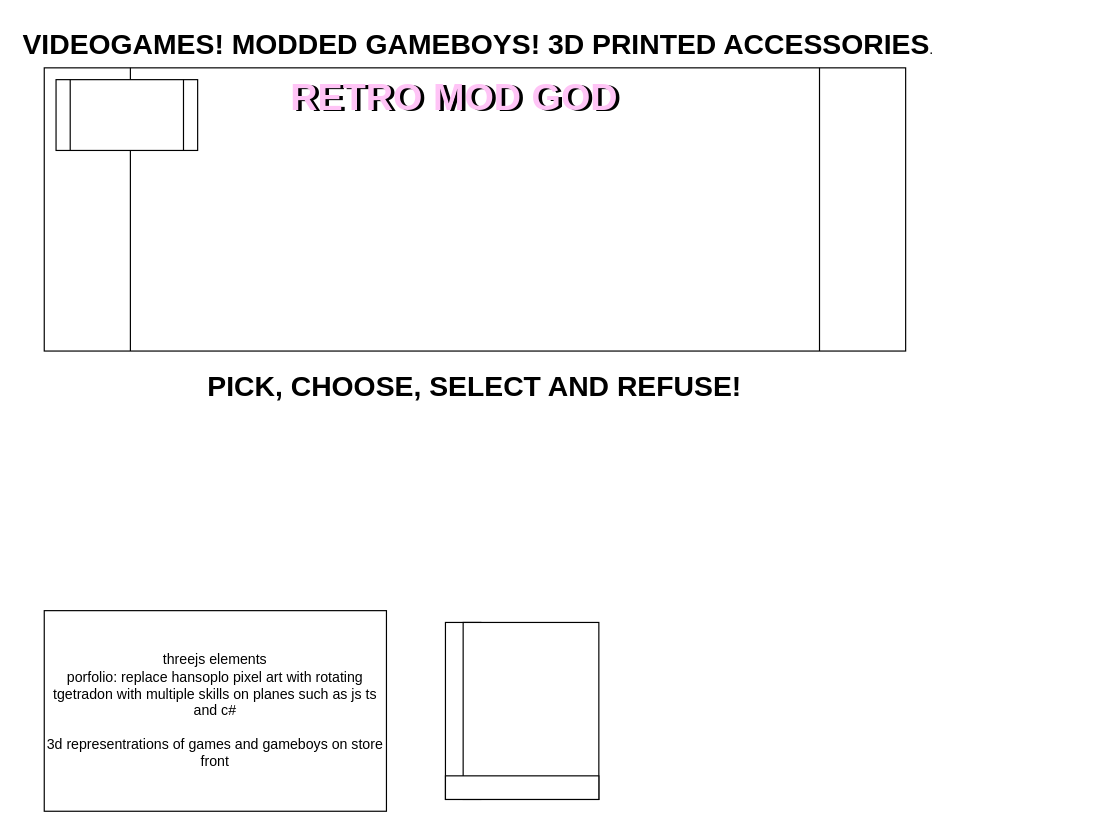
Earlier version of the draw.io diagram Etsy_Storefront.drawio (rafalaidlaw/flowcharts). Source tidied: cells renumbered, new cells numbered last; positions are measured from the earlier drawing's top-left corner, leaving out a move shared by most shapes. Both pictures are drawn from the tidied source at 118%, with x=0, y=0 at pixel (20, 20).
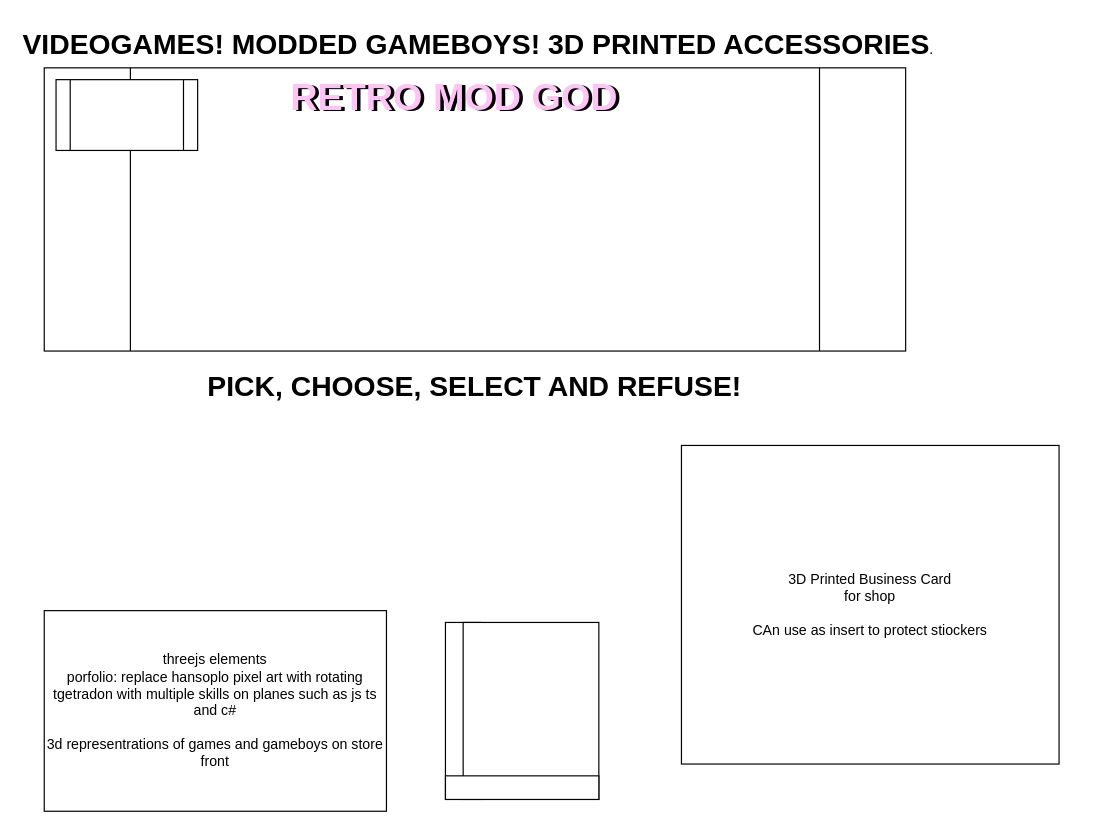
The same diagram, later.

What changed in the source:
```diff
@@
 <mxGraphModel>
   <root>
     <mxCell id="0" />
     <mxCell id="1" parent="0" />
     <mxCell id="2" style="shape=process;whiteSpace=wrap;html=1;backgroundOutline=1;" parent="1" vertex="1">
       <mxGeometry x="20" y="40" width="730" height="240" as="geometry" />
     </mxCell>
     <mxCell id="3" value="&lt;h1 style=&quot;text-align: center; margin-top: 0px;&quot;&gt;VIDEOGAMES! MODDED GAMEBOYS! 3D PRINTED ACCESSORIES&lt;span style=&quot;background-color: transparent; color: light-dark(rgb(0, 0, 0), rgb(255, 255, 255)); font-size: 12px; font-weight: normal; text-align: left;&quot;&gt;.&lt;/span&gt;&lt;/h1&gt;" style="text;html=1;whiteSpace=wrap;overflow=hidden;rounded=0;" parent="1" vertex="1">
       <mxGeometry width="790" height="120" as="geometry" />
     </mxCell>
     <mxCell id="4" value="&lt;h1 style=&quot;text-align: center; margin-top: 0px;&quot;&gt;&amp;nbsp;PICK, CHOOSE, SELECT AND REFUSE!&lt;/h1&gt;" style="text;html=1;whiteSpace=wrap;overflow=hidden;rounded=0;" parent="1" vertex="1">
       <mxGeometry x="150" y="290" width="680" height="120" as="geometry" />
     </mxCell>
     <mxCell id="5" style="shape=process;whiteSpace=wrap;html=1;backgroundOutline=1;" parent="1" vertex="1">
       <mxGeometry x="30" y="50" width="120" height="60" as="geometry" />
     </mxCell>
     <mxCell id="6" value="&lt;h1 style=&quot;text-align: center; margin-top: 0px;&quot;&gt;&lt;font style=&quot;font-size: 32px;&quot;&gt;RETRO MOD GOD&lt;/font&gt;&lt;/h1&gt;" style="text;html=1;whiteSpace=wrap;overflow=hidden;rounded=0;" parent="1" vertex="1">
       <mxGeometry x="230" y="40" width="680" height="120" as="geometry" />
     </mxCell>
     <mxCell id="7" value="&lt;h1 style=&quot;text-align: center; margin-top: 0px;&quot;&gt;&lt;font style=&quot;font-size: 32px; color: rgb(255, 196, 246);&quot;&gt;RETRO MOD GOD&lt;/font&gt;&lt;/h1&gt;" style="text;html=1;whiteSpace=wrap;overflow=hidden;rounded=0;" parent="1" vertex="1">
       <mxGeometry x="227" y="39" width="680" height="120" as="geometry" />
     </mxCell>
     <mxCell id="8" value="threejs elements&lt;div&gt;porfolio: replace hansoplo pixel art with rotating tgetradon with multiple skills on planes such as js ts and c#&lt;/div&gt;&lt;div&gt;&lt;br&gt;&lt;/div&gt;&lt;div&gt;3d representrations of games and gameboys on store front&lt;/div&gt;" style="rounded=0;whiteSpace=wrap;html=1;" parent="1" vertex="1">
       <mxGeometry x="20" y="500" width="290" height="170" as="geometry" />
     </mxCell>
     <mxCell id="9" style="rounded=0;whiteSpace=wrap;html=1;" parent="1" vertex="1">
       <mxGeometry x="360" y="510" width="30" height="150" as="geometry" />
     </mxCell>
     <mxCell id="10" style="rounded=0;whiteSpace=wrap;html=1;" parent="1" vertex="1">
       <mxGeometry x="375" y="510" width="115" height="150" as="geometry" />
     </mxCell>
     <mxCell id="11" style="rounded=0;whiteSpace=wrap;html=1;" parent="1" vertex="1">
       <mxGeometry x="360" y="640" width="130" height="20" as="geometry" />
     </mxCell>
+    <mxCell id="12" value="3D Printed Business Card&lt;div&gt;for shop&lt;br&gt;&lt;br&gt;CAn use as insert to protect stiockers&lt;/div&gt;" style="rounded=0;whiteSpace=wrap;html=1;" parent="1" vertex="1">
+      <mxGeometry x="560" y="360" width="320" height="270" as="geometry" />
+    </mxCell>
   </root>
 </mxGraphModel>
```
